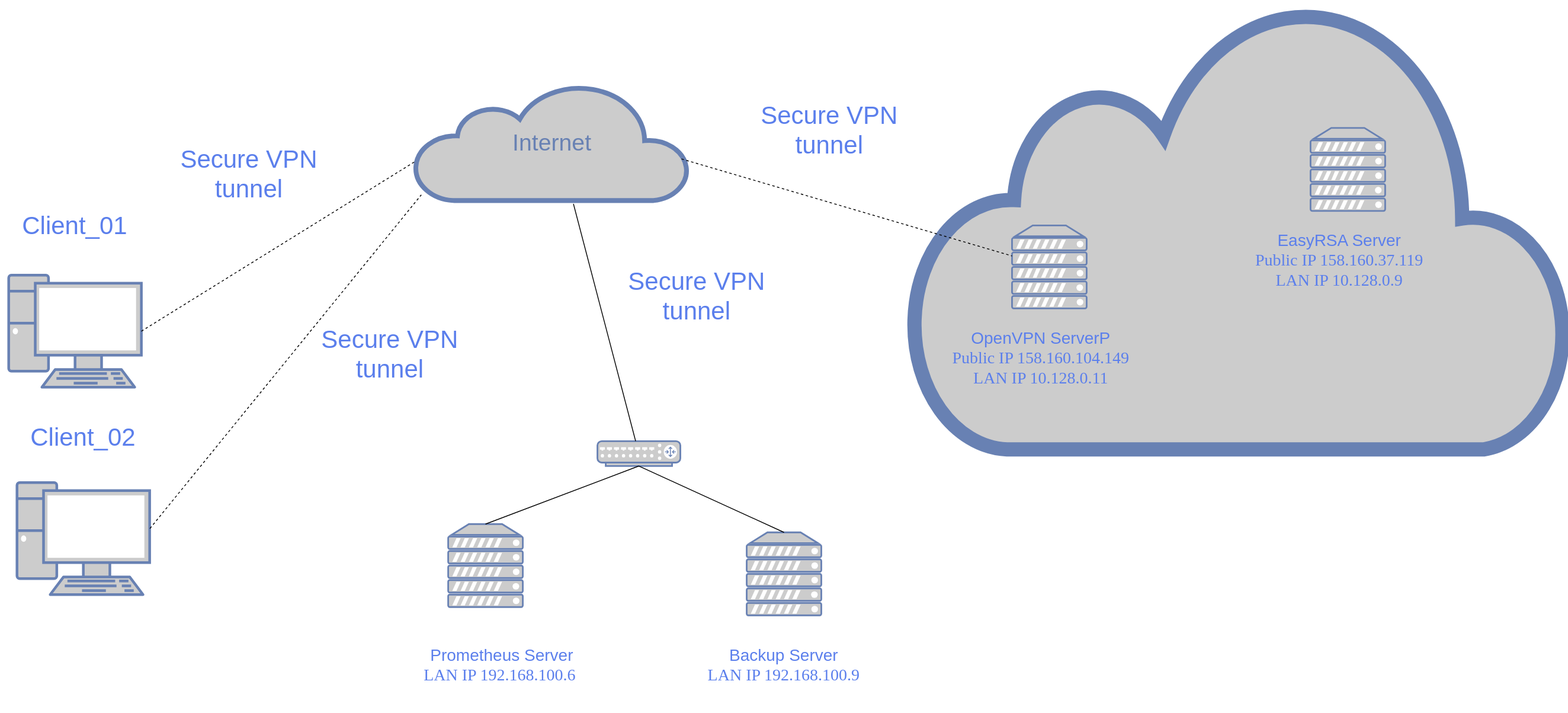
Before: Схема инфраструктуры.drawio.svg, a diagram exported from draw.io (IliaKoshkin/SkillBoxFinalWork). Source tidied: cells renumbered, new cells last; positions are measured from the earlier drawing's top-left corner, leaving out a move shared by most shapes.
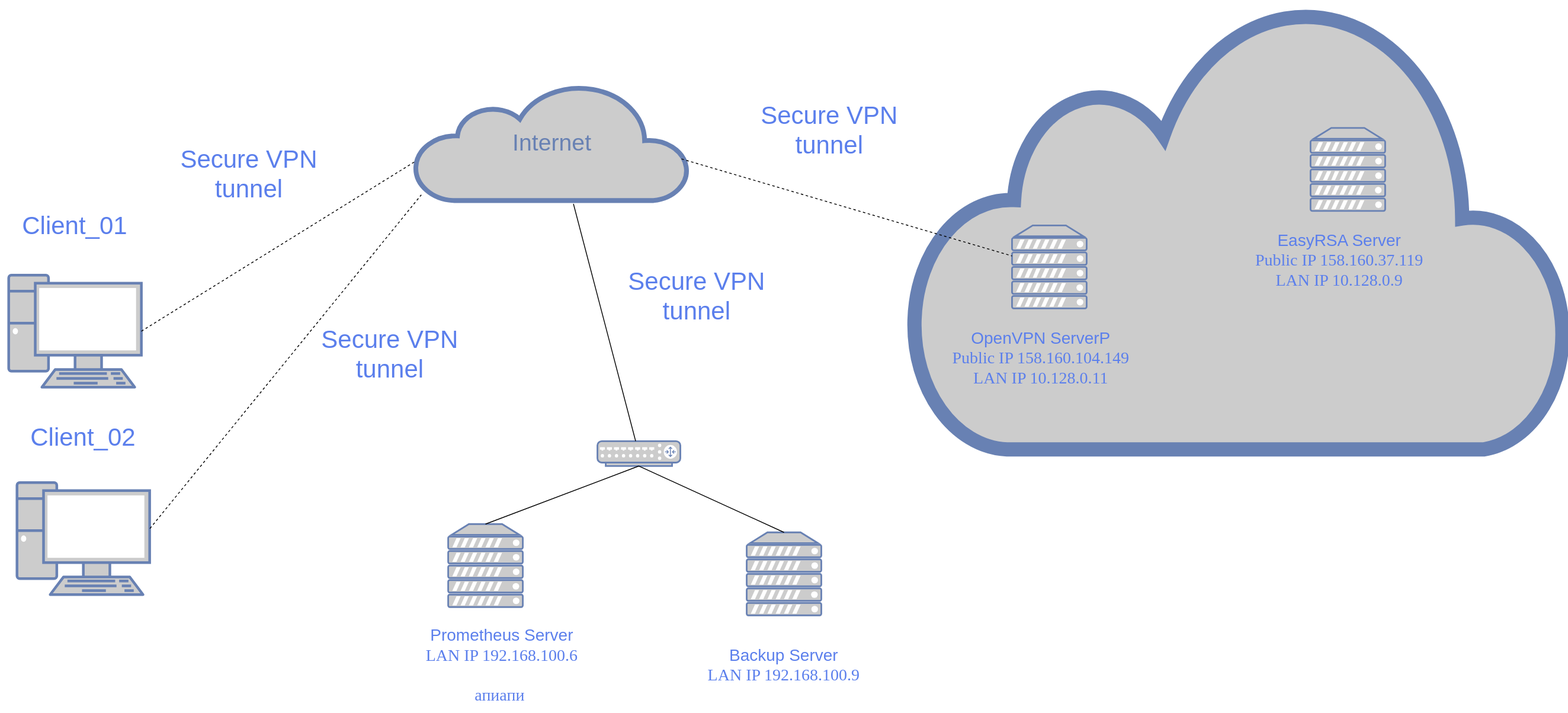
The same diagram one commit later.

The edit, as a diff of the source:
```diff
@@ -41,7 +41,7 @@
     <mxCell id="14" style="fontColor=#0066CC;verticalAlign=top;verticalLabelPosition=bottom;labelPosition=center;align=center;html=1;outlineConnect=0;fillColor=#CCCCCC;strokeColor=#6881B3;gradientColor=none;gradientDirection=north;strokeWidth=2;shape=mxgraph.networks.server;" parent="1" vertex="1">
       <mxGeometry x="540" y="630" width="90" height="100" as="geometry" />
     </mxCell>
-    <mxCell id="15" value="&lt;font style=&quot;font-size: 20px;&quot;&gt;Prometheus Server&lt;br style=&quot;border-color: var(--border-color); font-family: Verdana;&quot;&gt;&lt;span style=&quot;font-family: Verdana;&quot;&gt;LAN IP 192.168.100.6&amp;nbsp;&lt;/span&gt;&lt;/font&gt;" style="text;strokeColor=none;align=center;fillColor=none;html=1;verticalAlign=middle;whiteSpace=wrap;rounded=0;fontColor=#5B7FEC;" parent="1" vertex="1">
+    <mxCell id="15" value="&lt;font style=&quot;font-size: 20px;&quot;&gt;Prometheus Server&lt;br style=&quot;border-color: var(--border-color); font-family: Verdana;&quot;&gt;&lt;span style=&quot;font-family: Verdana;&quot;&gt;LAN IP 192.168.100.6&lt;br&gt;&lt;br&gt;апиапи&amp;nbsp;&lt;/span&gt;&lt;/font&gt;" style="text;strokeColor=none;align=center;fillColor=none;html=1;verticalAlign=middle;whiteSpace=wrap;rounded=0;fontColor=#5B7FEC;" parent="1" vertex="1">
       <mxGeometry x="380" y="740" width="450" height="117.5" as="geometry" />
     </mxCell>
     <mxCell id="16" style="fontColor=#0066CC;verticalAlign=top;verticalLabelPosition=bottom;labelPosition=center;align=center;html=1;outlineConnect=0;fillColor=#CCCCCC;strokeColor=#6881B3;gradientColor=none;gradientDirection=north;strokeWidth=2;shape=mxgraph.networks.server;" parent="1" vertex="1">
```
